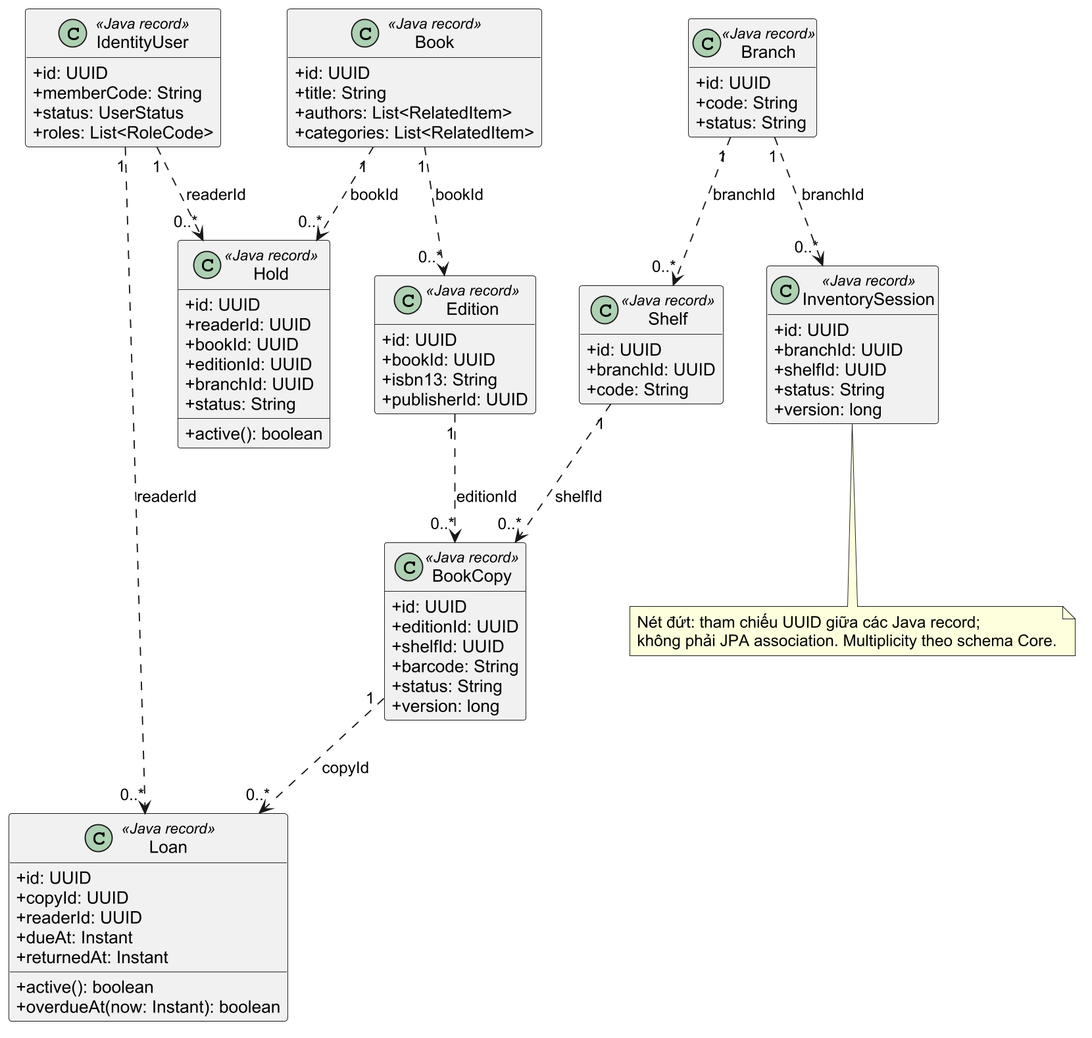
Above: ho-so-nop-bai/bao-cao/hinh/class-diagram.png in Shuuma4869/He-thong-quan-ly-va-khai-thac-thu-vien (PlantUML), before the change. Source of this version:
```plantuml
@startuml
skinparam shadowing false
skinparam dpi 180
skinparam defaultFontName "Arial"
skinparam classAttributeIconSize 0
hide empty members
class IdentityUser <<Java record>> {
  +id: UUID
  +memberCode: String
  +status: UserStatus
  +roles: List<RoleCode>
}
class Book <<Java record>> {
  +id: UUID
  +title: String
  +authors: List<RelatedItem>
  +categories: List<RelatedItem>
}
class Edition <<Java record>> {
  +id: UUID
  +bookId: UUID
  +isbn13: String
  +publisherId: UUID
}
class BookCopy <<Java record>> {
  +id: UUID
  +editionId: UUID
  +shelfId: UUID
  +barcode: String
  +status: String
  +version: long
}
class Branch <<Java record>> {
  +id: UUID
  +code: String
  +status: String
}
class Shelf <<Java record>> {
  +id: UUID
  +branchId: UUID
  +code: String
}
class Loan <<Java record>> {
  +id: UUID
  +copyId: UUID
  +readerId: UUID
  +dueAt: Instant
  +returnedAt: Instant
  +active(): boolean
  +overdueAt(now: Instant): boolean
}
class Hold <<Java record>> {
  +id: UUID
  +readerId: UUID
  +bookId: UUID
  +editionId: UUID
  +branchId: UUID
  +status: String
  +active(): boolean
}
class InventorySession <<Java record>> {
  +id: UUID
  +branchId: UUID
  +shelfId: UUID
  +status: String
  +version: long
}
Book "1" ..> "0..*" Edition : bookId
Edition "1" ..> "0..*" BookCopy : editionId
Branch "1" ..> "0..*" Shelf : branchId
Shelf "1" ..> "0..*" BookCopy : shelfId
BookCopy "1" ..> "0..*" Loan : copyId
IdentityUser "1" ..> "0..*" Loan : readerId
IdentityUser "1" ..> "0..*" Hold : readerId
Book "1" ..> "0..*" Hold : bookId
Branch "1" ..> "0..*" InventorySession : branchId
note bottom
  Nét đứt: tham chiếu UUID giữa các Java record;
  không phải JPA association. Multiplicity theo schema Core.
end note
@enduml
```
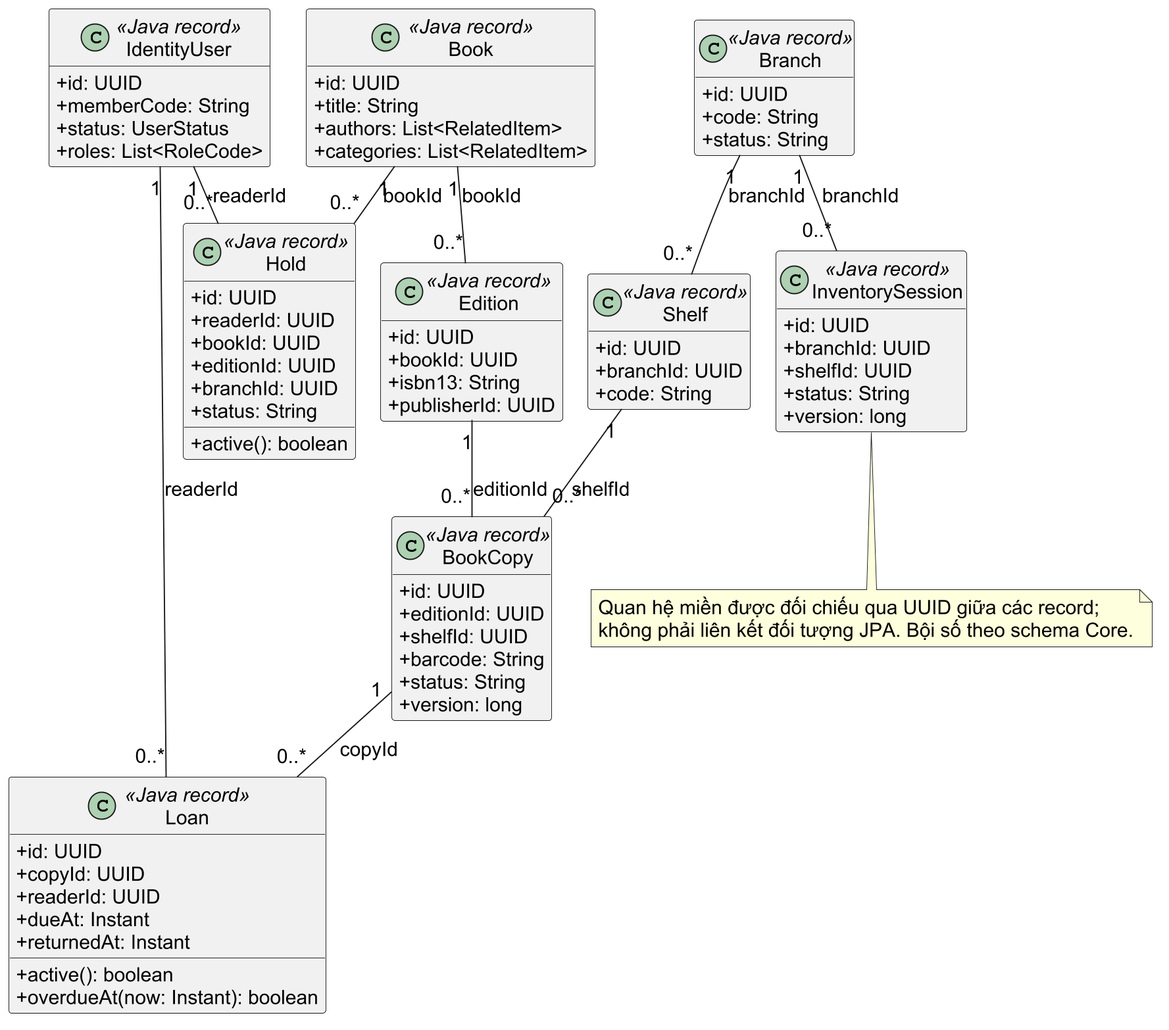
After the change.

Diff of the diagram source:
```diff
@@ -2,6 +2,9 @@
 skinparam shadowing false
 skinparam dpi 180
 skinparam defaultFontName "Arial"
+skinparam defaultFontSize 16
+skinparam nodesep 20
+skinparam ranksep 25
 skinparam classAttributeIconSize 0
 hide empty members
 class IdentityUser <<Java record>> {
@@ -65,17 +68,17 @@
   +status: String
   +version: long
 }
-Book "1" ..> "0..*" Edition : bookId
-Edition "1" ..> "0..*" BookCopy : editionId
-Branch "1" ..> "0..*" Shelf : branchId
-Shelf "1" ..> "0..*" BookCopy : shelfId
-BookCopy "1" ..> "0..*" Loan : copyId
-IdentityUser "1" ..> "0..*" Loan : readerId
-IdentityUser "1" ..> "0..*" Hold : readerId
-Book "1" ..> "0..*" Hold : bookId
-Branch "1" ..> "0..*" InventorySession : branchId
+Book "1" -- "0..*" Edition : bookId
+Edition "1" -- "0..*" BookCopy : editionId
+Branch "1" -- "0..*" Shelf : branchId
+Shelf "1" -- "0..*" BookCopy : shelfId
+BookCopy "1" -- "0..*" Loan : copyId
+IdentityUser "1" -- "0..*" Loan : readerId
+IdentityUser "1" -- "0..*" Hold : readerId
+Book "1" -- "0..*" Hold : bookId
+Branch "1" -- "0..*" InventorySession : branchId
 note bottom
-  Nét đứt: tham chiếu UUID giữa các Java record;
-  không phải JPA association. Multiplicity theo schema Core.
+  Quan hệ miền được đối chiếu qua UUID giữa các record;
+  không phải liên kết đối tượng JPA. Bội số theo schema Core.
 end note
 @enduml
```
